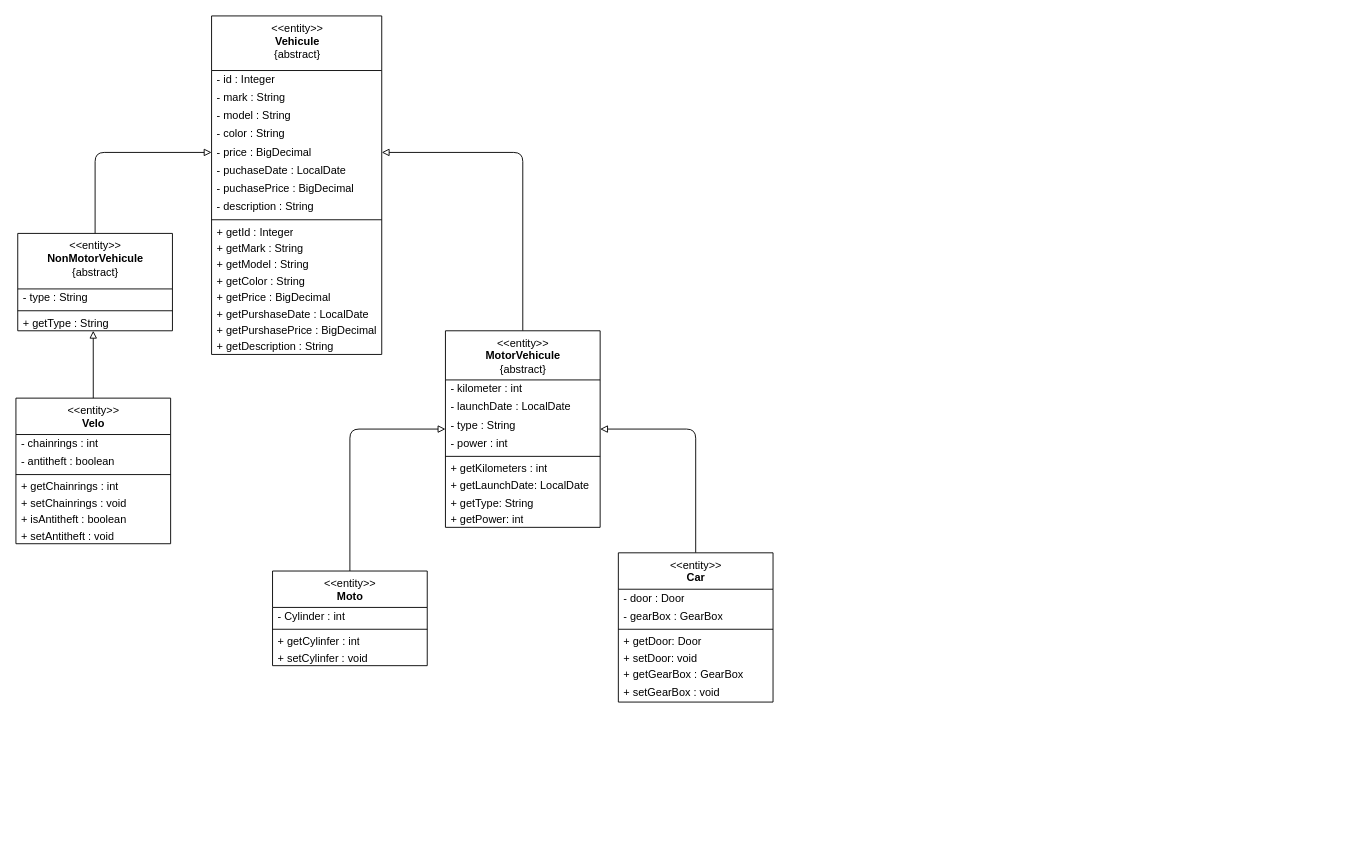
Before: configurateur-de-vehicule/conception/diagramme-de-classes.drawio in Roland-Foucher/configurateur-de-vehicule, a draw.io diagram. Source tidied: cells renumbered, new cells numbered last; positions are measured from the earlier drawing's top-left corner, leaving out a move shared by most shapes. Both pictures are drawn from the tidied source at 91%, with x=0, y=0 at pixel (15, 15).
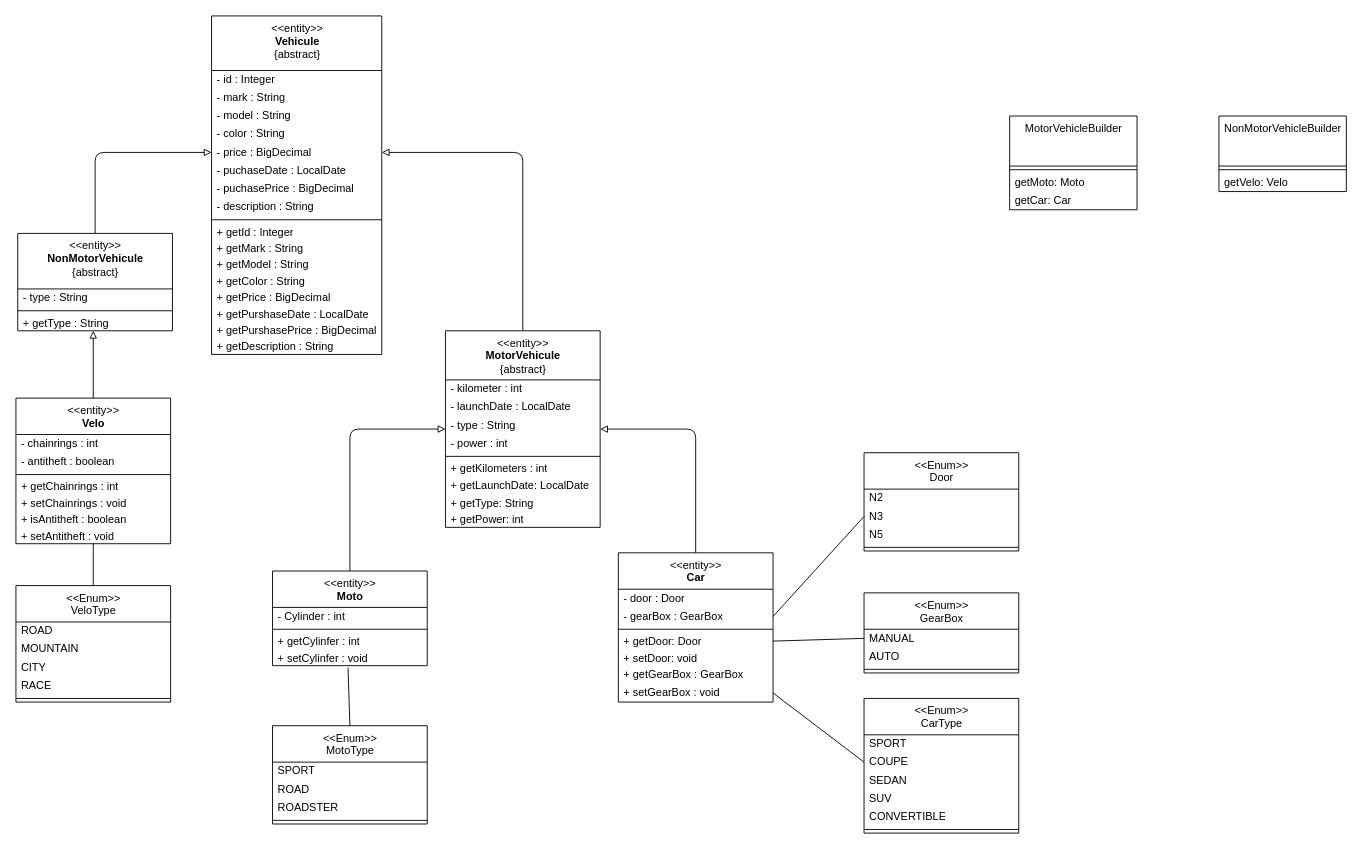
The same diagram, later.

Unchanged cells that the change refers to:
```xml
<mxCell id="34" value="- gearBox : GearBox" style="text;html=1;strokeColor=none;fillColor=none;align=left;verticalAlign=middle;spacingLeft=4;spacingRight=4;overflow=hidden;points=[[0,0.5],[1,0.5]];portConstraint=eastwest;" parent="32" vertex="1">
  <mxGeometry y="60" width="170" height="20" as="geometry" />
</mxCell>
<mxCell id="36" value="+ getDoor: Door" style="text;html=1;strokeColor=none;fillColor=none;align=left;verticalAlign=middle;spacingLeft=4;spacingRight=4;overflow=hidden;points=[[0,0.5],[1,0.5]];portConstraint=eastwest;" parent="32" vertex="1">
  <mxGeometry y="88" width="170" height="18" as="geometry" />
</mxCell>
<mxCell id="39" value="+ setGearBox : void" style="text;html=1;strokeColor=none;fillColor=none;align=left;verticalAlign=middle;spacingLeft=4;spacingRight=4;overflow=hidden;points=[[0,0.5],[1,0.5]];portConstraint=eastwest;" parent="32" vertex="1">
  <mxGeometry y="144" width="170" height="20" as="geometry" />
</mxCell>
<mxCell id="45" value="+ setCylinfer : void" style="text;html=1;strokeColor=none;fillColor=none;align=left;verticalAlign=middle;spacingLeft=4;spacingRight=4;overflow=hidden;points=[[0,0.5],[1,0.5]];portConstraint=eastwest;" parent="41" vertex="1">
  <mxGeometry y="86" width="170" height="18" as="geometry" />
</mxCell>
<mxCell id="54" value="+ setAntitheft : void" style="text;html=1;strokeColor=none;fillColor=none;align=left;verticalAlign=middle;spacingLeft=4;spacingRight=4;overflow=hidden;points=[[0,0.5],[1,0.5]];portConstraint=eastwest;" parent="47" vertex="1">
  <mxGeometry y="142" width="170" height="18" as="geometry" />
</mxCell>
```

Diff of the diagram source:
```diff
@@
+    <mxCell id="60" value="&amp;lt;&amp;lt;Enum&amp;gt;&amp;gt;&lt;br&gt;GearBox" style="swimlane;fontStyle=0;align=center;verticalAlign=top;horizontal=1;startSize=40;html=1;" parent="1" vertex="1">
+      <mxGeometry x="932" y="634" width="170" height="88" as="geometry" />
+    </mxCell>
+    <mxCell id="61" value="MANUAL" style="text;html=1;strokeColor=none;fillColor=none;align=left;verticalAlign=middle;spacingLeft=4;spacingRight=4;overflow=hidden;points=[[0,0.5],[1,0.5]];portConstraint=eastwest;" parent="60" vertex="1">
+      <mxGeometry y="40" width="170" height="20" as="geometry" />
+    </mxCell>
+    <mxCell id="62" value="AUTO" style="text;html=1;strokeColor=none;fillColor=none;align=left;verticalAlign=middle;spacingLeft=4;spacingRight=4;overflow=hidden;" parent="60" vertex="1">
+      <mxGeometry y="60" width="170" height="20" as="geometry" />
+    </mxCell>
+    <mxCell id="63" style="line;strokeWidth=1;fillColor=none;align=left;verticalAlign=middle;spacingTop=-1;spacingLeft=3;spacingRight=3;labelPosition=right;" parent="60" vertex="1">
+      <mxGeometry y="80" width="170" height="8" as="geometry" />
+    </mxCell>
+    <mxCell id="64" value="&amp;lt;&amp;lt;Enum&amp;gt;&amp;gt;&lt;br&gt;Door" style="swimlane;fontStyle=0;align=center;verticalAlign=top;horizontal=1;startSize=40;html=1;" parent="1" vertex="1">
+      <mxGeometry x="932" y="480" width="170" height="108" as="geometry" />
+    </mxCell>
+    <mxCell id="65" value="N2" style="text;html=1;strokeColor=none;fillColor=none;align=left;verticalAlign=middle;spacingLeft=4;spacingRight=4;overflow=hidden;" parent="64" vertex="1">
+      <mxGeometry y="40" width="170" height="20" as="geometry" />
+    </mxCell>
+    <mxCell id="66" value="N3" style="text;html=1;strokeColor=none;fillColor=none;align=left;verticalAlign=middle;spacingLeft=4;spacingRight=4;overflow=hidden;points=[[0,0.5],[1,0.5]];portConstraint=eastwest;" parent="64" vertex="1">
+      <mxGeometry y="60" width="170" height="20" as="geometry" />
+    </mxCell>
+    <mxCell id="67" value="N5" style="text;html=1;strokeColor=none;fillColor=none;align=left;verticalAlign=middle;spacingLeft=4;spacingRight=4;overflow=hidden;" parent="64" vertex="1">
+      <mxGeometry y="80" width="170" height="20" as="geometry" />
+    </mxCell>
+    <mxCell id="68" style="line;strokeWidth=1;fillColor=none;align=left;verticalAlign=middle;spacingTop=-1;spacingLeft=3;spacingRight=3;labelPosition=right;" parent="64" vertex="1">
+      <mxGeometry y="100" width="170" height="8" as="geometry" />
+    </mxCell>
+    <mxCell id="69" value="&amp;lt;&amp;lt;Enum&amp;gt;&amp;gt;&lt;br&gt;CarType" style="swimlane;fontStyle=0;align=center;verticalAlign=top;horizontal=1;startSize=40;html=1;" parent="1" vertex="1">
+      <mxGeometry x="932" y="750" width="170" height="148" as="geometry" />
+    </mxCell>
+    <mxCell id="70" value="SPORT" style="text;html=1;strokeColor=none;fillColor=none;align=left;verticalAlign=middle;spacingLeft=4;spacingRight=4;overflow=hidden;" parent="69" vertex="1">
+      <mxGeometry y="40" width="170" height="20" as="geometry" />
+    </mxCell>
+    <mxCell id="71" value="COUPE" style="text;html=1;strokeColor=none;fillColor=none;align=left;verticalAlign=middle;spacingLeft=4;spacingRight=4;overflow=hidden;points=[[0,0.5],[1,0.5]];portConstraint=eastwest;" parent="69" vertex="1">
+      <mxGeometry y="60" width="170" height="20" as="geometry" />
+    </mxCell>
+    <mxCell id="72" value="SEDAN" style="text;html=1;strokeColor=none;fillColor=none;align=left;verticalAlign=middle;spacingLeft=4;spacingRight=4;overflow=hidden;" parent="69" vertex="1">
+      <mxGeometry y="80" width="170" height="20" as="geometry" />
+    </mxCell>
+    <mxCell id="73" value="SUV" style="text;html=1;strokeColor=none;fillColor=none;align=left;verticalAlign=middle;spacingLeft=4;spacingRight=4;overflow=hidden;" parent="69" vertex="1">
+      <mxGeometry y="100" width="170" height="20" as="geometry" />
+    </mxCell>
+    <mxCell id="74" value="CONVERTIBLE" style="text;html=1;strokeColor=none;fillColor=none;align=left;verticalAlign=middle;spacingLeft=4;spacingRight=4;overflow=hidden;" parent="69" vertex="1">
+      <mxGeometry y="120" width="170" height="20" as="geometry" />
+    </mxCell>
+    <mxCell id="75" style="line;strokeWidth=1;fillColor=none;align=left;verticalAlign=middle;spacingTop=-1;spacingLeft=3;spacingRight=3;labelPosition=right;" parent="69" vertex="1">
+      <mxGeometry y="140" width="170" height="8" as="geometry" />
+    </mxCell>
+    <mxCell id="76" style="edgeStyle=none;html=1;exitX=0.5;exitY=0;exitDx=0;exitDy=0;entryX=0.488;entryY=1.111;entryDx=0;entryDy=0;entryPerimeter=0;endArrow=none;endFill=0;" parent="1" edge="1" source="77" target="45">
+      <mxGeometry relative="1" as="geometry" />
+    </mxCell>
+    <mxCell id="77" value="&amp;lt;&amp;lt;Enum&amp;gt;&amp;gt;&lt;br&gt;MotoType" style="swimlane;fontStyle=0;align=center;verticalAlign=top;horizontal=1;startSize=40;html=1;" parent="1" vertex="1">
+      <mxGeometry x="282" y="780" width="170" height="108" as="geometry" />
+    </mxCell>
+    <mxCell id="78" value="SPORT" style="text;html=1;strokeColor=none;fillColor=none;align=left;verticalAlign=middle;spacingLeft=4;spacingRight=4;overflow=hidden;" parent="77" vertex="1">
+      <mxGeometry y="40" width="170" height="20" as="geometry" />
+    </mxCell>
+    <mxCell id="79" value="ROAD" style="text;html=1;strokeColor=none;fillColor=none;align=left;verticalAlign=middle;spacingLeft=4;spacingRight=4;overflow=hidden;" parent="77" vertex="1">
+      <mxGeometry y="60" width="170" height="20" as="geometry" />
+    </mxCell>
+    <mxCell id="80" value="ROADSTER" style="text;html=1;strokeColor=none;fillColor=none;align=left;verticalAlign=middle;spacingLeft=4;spacingRight=4;overflow=hidden;" parent="77" vertex="1">
+      <mxGeometry y="80" width="170" height="20" as="geometry" />
+    </mxCell>
+    <mxCell id="81" style="line;strokeWidth=1;fillColor=none;align=left;verticalAlign=middle;spacingTop=-1;spacingLeft=3;spacingRight=3;labelPosition=right;" parent="77" vertex="1">
+      <mxGeometry y="100" width="170" height="8" as="geometry" />
+    </mxCell>
+    <mxCell id="82" style="edgeStyle=none;html=1;exitX=0.5;exitY=0;exitDx=0;exitDy=0;endArrow=none;endFill=0;" parent="1" edge="1" source="83" target="54">
+      <mxGeometry relative="1" as="geometry" />
+    </mxCell>
+    <mxCell id="83" value="&amp;lt;&amp;lt;Enum&amp;gt;&amp;gt;&lt;br&gt;VeloType" style="swimlane;fontStyle=0;align=center;verticalAlign=top;horizontal=1;startSize=40;html=1;" parent="1" vertex="1">
+      <mxGeometry y="626" width="170" height="128" as="geometry" />
+    </mxCell>
+    <mxCell id="84" value="ROAD" style="text;html=1;strokeColor=none;fillColor=none;align=left;verticalAlign=middle;spacingLeft=4;spacingRight=4;overflow=hidden;" parent="83" vertex="1">
+      <mxGeometry y="40" width="170" height="20" as="geometry" />
+    </mxCell>
+    <mxCell id="85" value="MOUNTAIN" style="text;html=1;strokeColor=none;fillColor=none;align=left;verticalAlign=middle;spacingLeft=4;spacingRight=4;overflow=hidden;" parent="83" vertex="1">
+      <mxGeometry y="60" width="170" height="20" as="geometry" />
+    </mxCell>
+    <mxCell id="86" value="CITY" style="text;html=1;strokeColor=none;fillColor=none;align=left;verticalAlign=middle;spacingLeft=4;spacingRight=4;overflow=hidden;" parent="83" vertex="1">
+      <mxGeometry y="80" width="170" height="20" as="geometry" />
+    </mxCell>
+    <mxCell id="87" value="RACE" style="text;html=1;strokeColor=none;fillColor=none;align=left;verticalAlign=middle;spacingLeft=4;spacingRight=4;overflow=hidden;" parent="83" vertex="1">
+      <mxGeometry y="100" width="170" height="20" as="geometry" />
+    </mxCell>
+    <mxCell id="88" style="line;strokeWidth=1;fillColor=none;align=left;verticalAlign=middle;spacingTop=-1;spacingLeft=3;spacingRight=3;labelPosition=right;" parent="83" vertex="1">
+      <mxGeometry y="120" width="170" height="8" as="geometry" />
+    </mxCell>
+    <mxCell id="89" style="edgeStyle=none;html=1;exitX=0;exitY=0.5;exitDx=0;exitDy=0;entryX=1;entryY=0.5;entryDx=0;entryDy=0;endArrow=none;endFill=0;" parent="1" edge="1" source="66" target="34">
+      <mxGeometry relative="1" as="geometry" />
+    </mxCell>
+    <mxCell id="90" style="edgeStyle=none;html=1;exitX=0;exitY=0.5;exitDx=0;exitDy=0;entryX=1;entryY=0.5;entryDx=0;entryDy=0;endArrow=none;endFill=0;" parent="1" edge="1" source="61" target="36">
+      <mxGeometry relative="1" as="geometry" />
+    </mxCell>
+    <mxCell id="91" style="edgeStyle=none;html=1;exitX=0;exitY=0.5;exitDx=0;exitDy=0;entryX=1;entryY=0.5;entryDx=0;entryDy=0;endArrow=none;endFill=0;" parent="1" edge="1" source="71" target="39">
+      <mxGeometry relative="1" as="geometry" />
+    </mxCell>
+    <mxCell id="92" value="MotorVehicleBuilder" style="swimlane;fontStyle=0;align=center;verticalAlign=top;horizontal=1;startSize=55;html=1;" parent="1" vertex="1">
+      <mxGeometry x="1092" y="110" width="140" height="103" as="geometry" />
+    </mxCell>
+    <mxCell id="93" style="line;strokeWidth=1;fillColor=none;align=left;verticalAlign=middle;spacingTop=-1;spacingLeft=3;spacingRight=3;labelPosition=right;" parent="92" vertex="1">
+      <mxGeometry y="55" width="140" height="8" as="geometry" />
+    </mxCell>
+    <mxCell id="94" value="getMoto: Moto" style="text;html=1;strokeColor=none;fillColor=none;align=left;verticalAlign=middle;spacingLeft=4;spacingRight=4;overflow=hidden;" parent="92" vertex="1">
+      <mxGeometry y="63" width="140" height="20" as="geometry" />
+    </mxCell>
+    <mxCell id="95" value="getCar: Car" style="text;html=1;strokeColor=none;fillColor=none;align=left;verticalAlign=middle;spacingLeft=4;spacingRight=4;overflow=hidden;" parent="92" vertex="1">
+      <mxGeometry y="83" width="140" height="20" as="geometry" />
+    </mxCell>
+    <mxCell id="96" value="NonMotorVehicleBuilder" style="swimlane;fontStyle=0;align=center;verticalAlign=top;horizontal=1;startSize=55;html=1;" parent="1" vertex="1">
+      <mxGeometry x="1322" y="110" width="140" height="83" as="geometry" />
+    </mxCell>
+    <mxCell id="97" style="line;strokeWidth=1;fillColor=none;align=left;verticalAlign=middle;spacingTop=-1;spacingLeft=3;spacingRight=3;labelPosition=right;" parent="96" vertex="1">
+      <mxGeometry y="55" width="140" height="8" as="geometry" />
+    </mxCell>
+    <mxCell id="98" value="getVelo: Velo" style="text;html=1;strokeColor=none;fillColor=none;align=left;verticalAlign=middle;spacingLeft=4;spacingRight=4;overflow=hidden;" parent="96" vertex="1">
+      <mxGeometry y="63" width="140" height="20" as="geometry" />
+    </mxCell>
```
